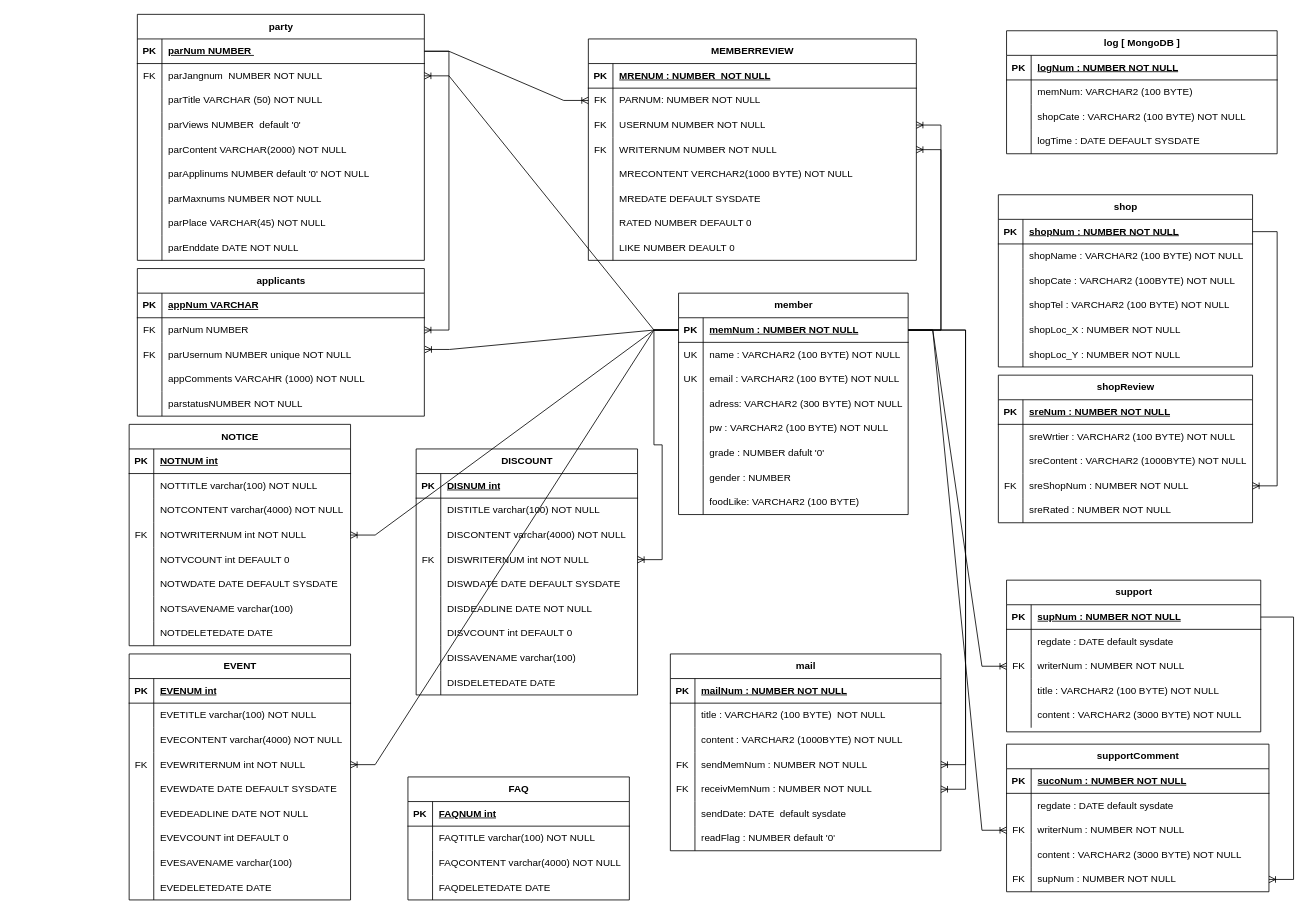
Earlier version of the draw.io diagram 자료/ERD 다이어그램.drawio (korno1/hotplace). Source tidied: cells renumbered, new cells numbered last; positions are measured from the earlier drawing's top-left corner, leaving out a move shared by most shapes. Both pictures are drawn from the tidied source at 82%, with x=0, y=0 at pixel (14, -6).
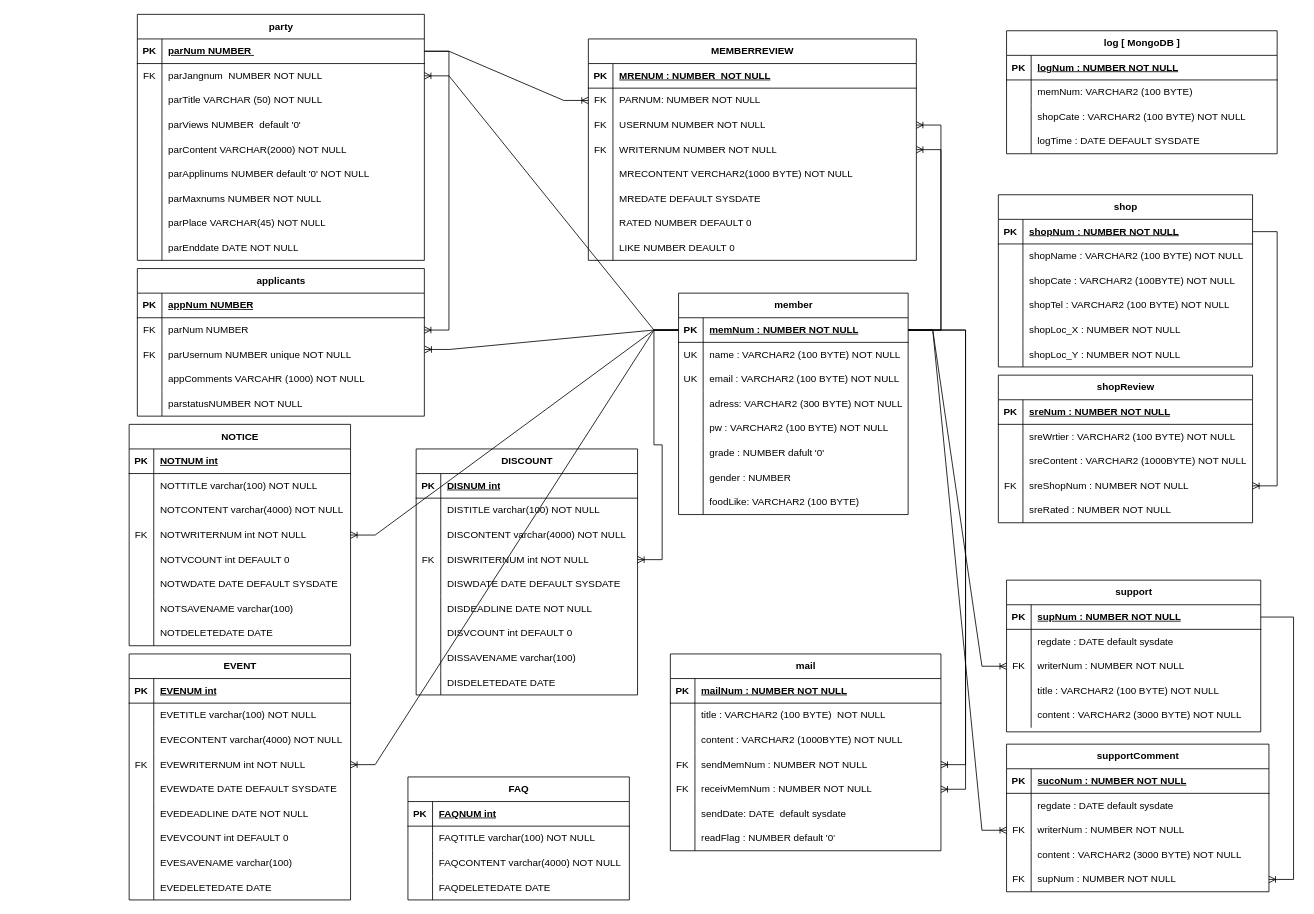
Above is the later version.

Commit message:
ERD 다이어그램.drawio 업데이트문연주

The change refers to these unchanged cells:
```xml
<mxCell id="275" style="shape=tableRow;horizontal=0;startSize=0;swimlaneHead=0;swimlaneBody=0;fillColor=none;top=0;left=0;right=0;bottom=1;" parent="274" vertex="1">
  <mxGeometry y="30" width="350" height="30" as="geometry" />
</mxCell>
```

The edit, as a diff of the source:
```diff
@@
-    <mxCell id="277" value="appNum VARCHAR" style="shape=partialRectangle;fillColor=none;top=0;left=0;bottom=0;right=0;align=left;spacingLeft=6;fontStyle=5;overflow=hidden;whiteSpace=wrap;html=1;" parent="275" vertex="1">
+    <mxCell id="277" value="appNum NUMBER" style="shape=partialRectangle;fillColor=none;top=0;left=0;bottom=0;right=0;align=left;spacingLeft=6;fontStyle=5;overflow=hidden;whiteSpace=wrap;html=1;" parent="275" vertex="1">
       <mxGeometry x="30" width="320" height="30" as="geometry" />
     </mxCell>
```
